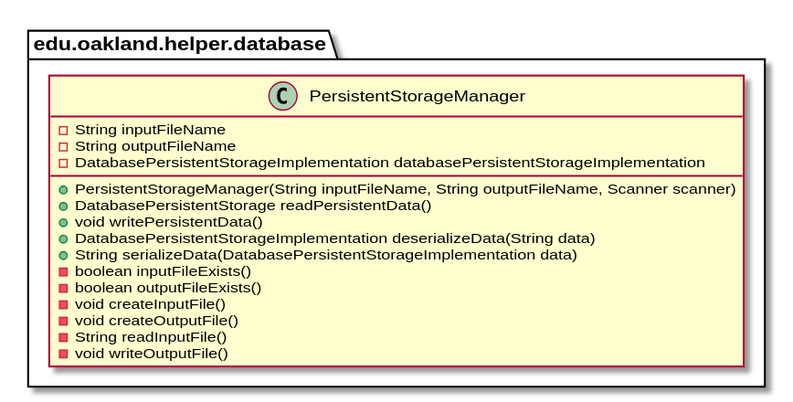
Above: docs/uml-class-diagrams/database/helper/DatabaseHelperPackage_Closure.svg in andrewdimmer/csi-3370-software-project (PlantUML), before the change.
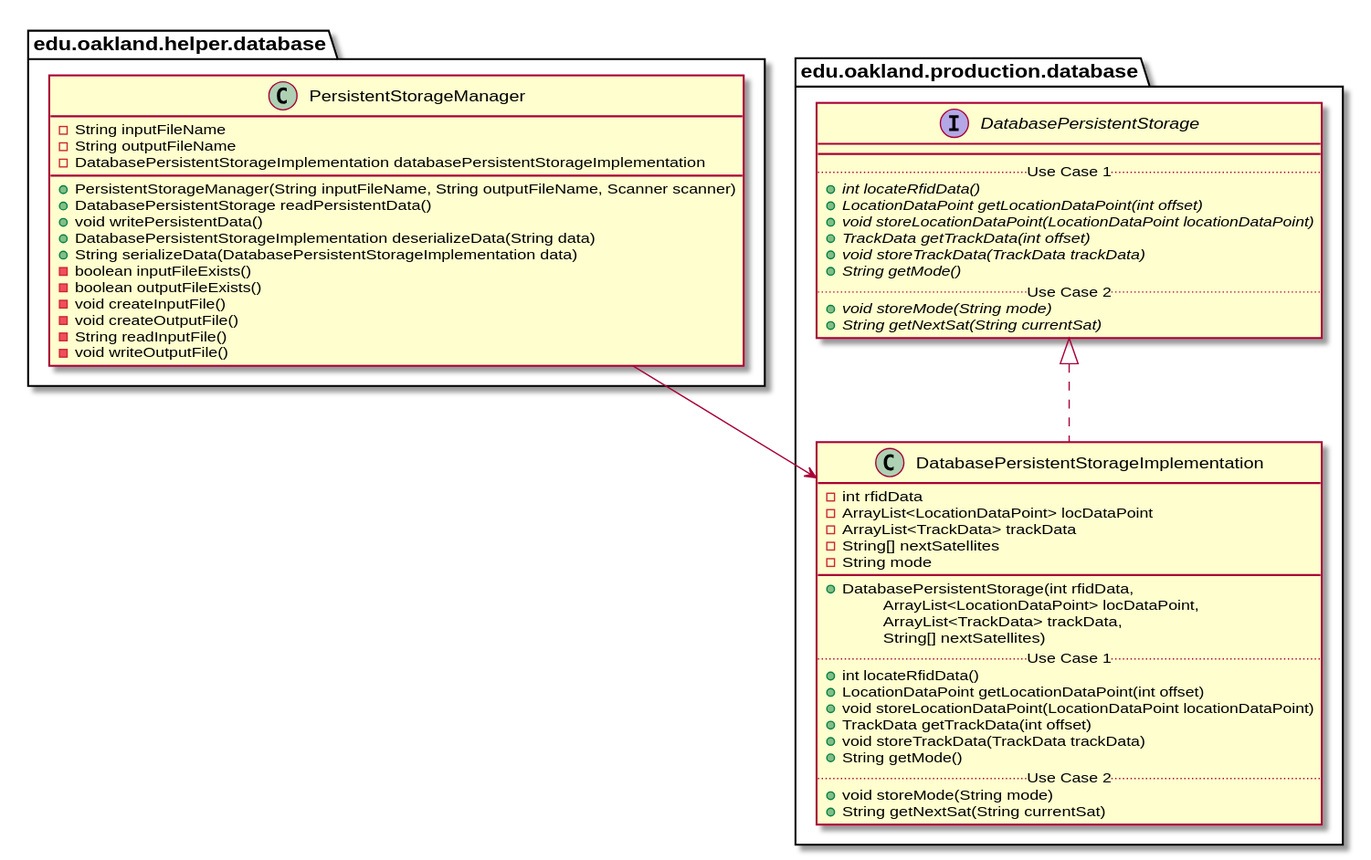
After the change.

What changed in the source:
```diff
@@ -28,6 +28,63 @@
 
 
 
+package edu.oakland.production.database {
+    class DatabasePersistentStorageImplementation {
+        - int rfidData
+        - ArrayList<LocationDataPoint> locDataPoint
+        - ArrayList<TrackData> trackData
+        - String[] nextSatellites
+        - String mode
+        __
+        + DatabasePersistentStorage(int rfidData,
+        \tArrayList<LocationDataPoint> locDataPoint,
+        \tArrayList<TrackData> trackData,
+        \tString[] nextSatellites)
+        .. Use Case 1 ..
+        + int locateRfidData()
+        + LocationDataPoint getLocationDataPoint(int offset)
+        + void storeLocationDataPoint(LocationDataPoint locationDataPoint)
+        + TrackData getTrackData(int offset)
+        + void storeTrackData(TrackData trackData)
+        + String getMode()
+        .. Use Case 2 ..
+        + void storeMode(String mode)
+        + String getNextSat(String currentSat)
+    }
+}
+
+
+
+
+package edu.oakland.production.database {
+    interface DatabasePersistentStorage {
+        __
+        .. Use Case 1 ..
+        {abstract} + int locateRfidData()
+        {abstract} + LocationDataPoint getLocationDataPoint(int offset)
+        {abstract} + void storeLocationDataPoint(LocationDataPoint locationDataPoint)
+        {abstract} + TrackData getTrackData(int offset)
+        {abstract} + void storeTrackData(TrackData trackData)
+        {abstract} + String getMode()
+        .. Use Case 2 ..
+        {abstract} + void storeMode(String mode)
+        {abstract} + String getNextSat(String currentSat)
+    }
+}
+
+
+
+
+
+
+DatabasePersistentStorageImplementation .up.|> DatabasePersistentStorage
+
+
+
+
+
+PersistentStorageManager --> DatabasePersistentStorageImplementation
+
 
 
 
```
